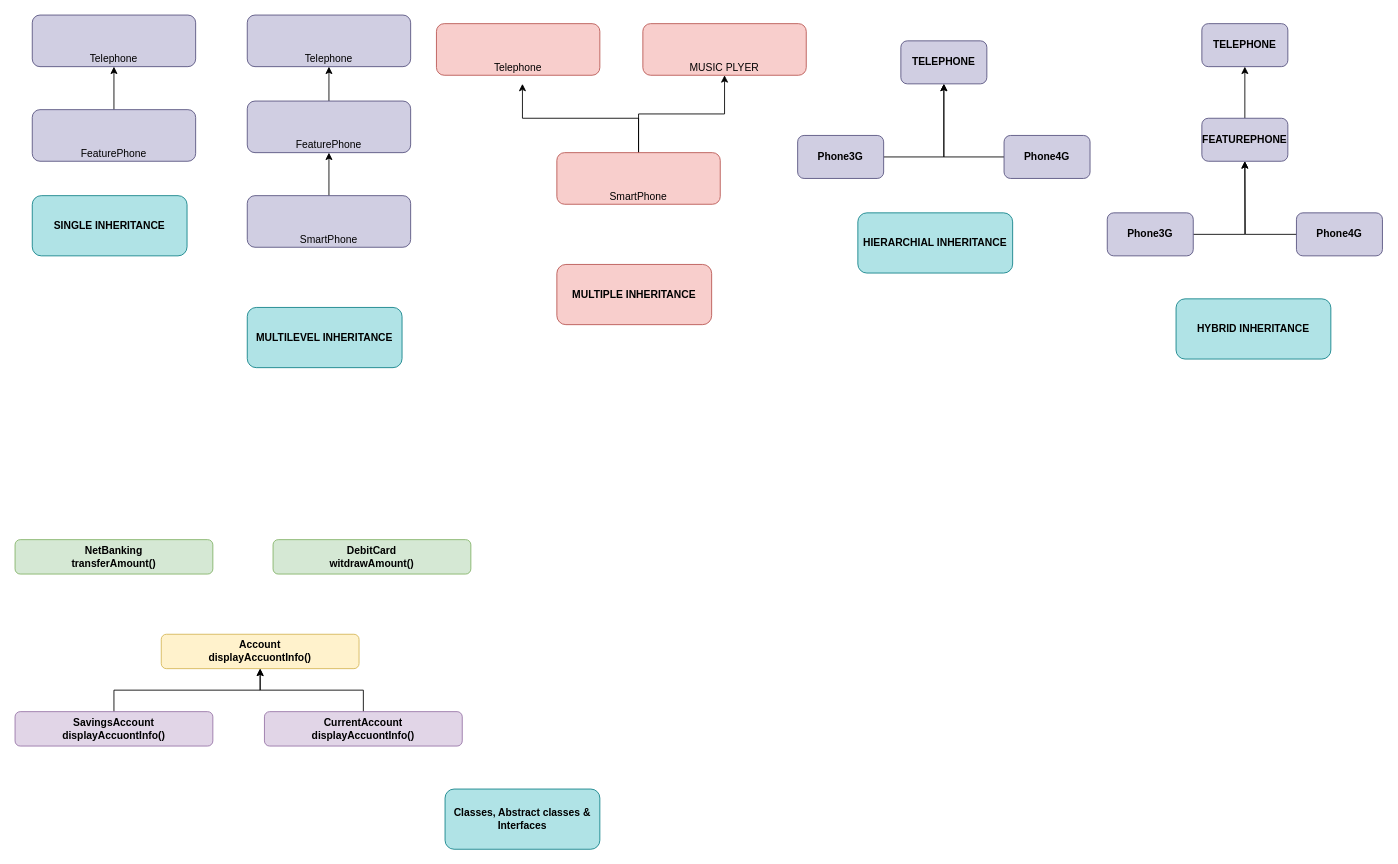
The draw.io diagram page "INHERITANCE" (4 of 7) of JAVA/java bot.drawio in GH1BHARATH/liveJFSGIT, before the edit. Source tidied: cells renumbered, new cells numbered last; positions are measured from the earlier drawing's top-left corner, leaving out a move shared by most shapes. Both pictures are drawn from the tidied source at 86%, with x=0, y=0 at pixel (15, 15).
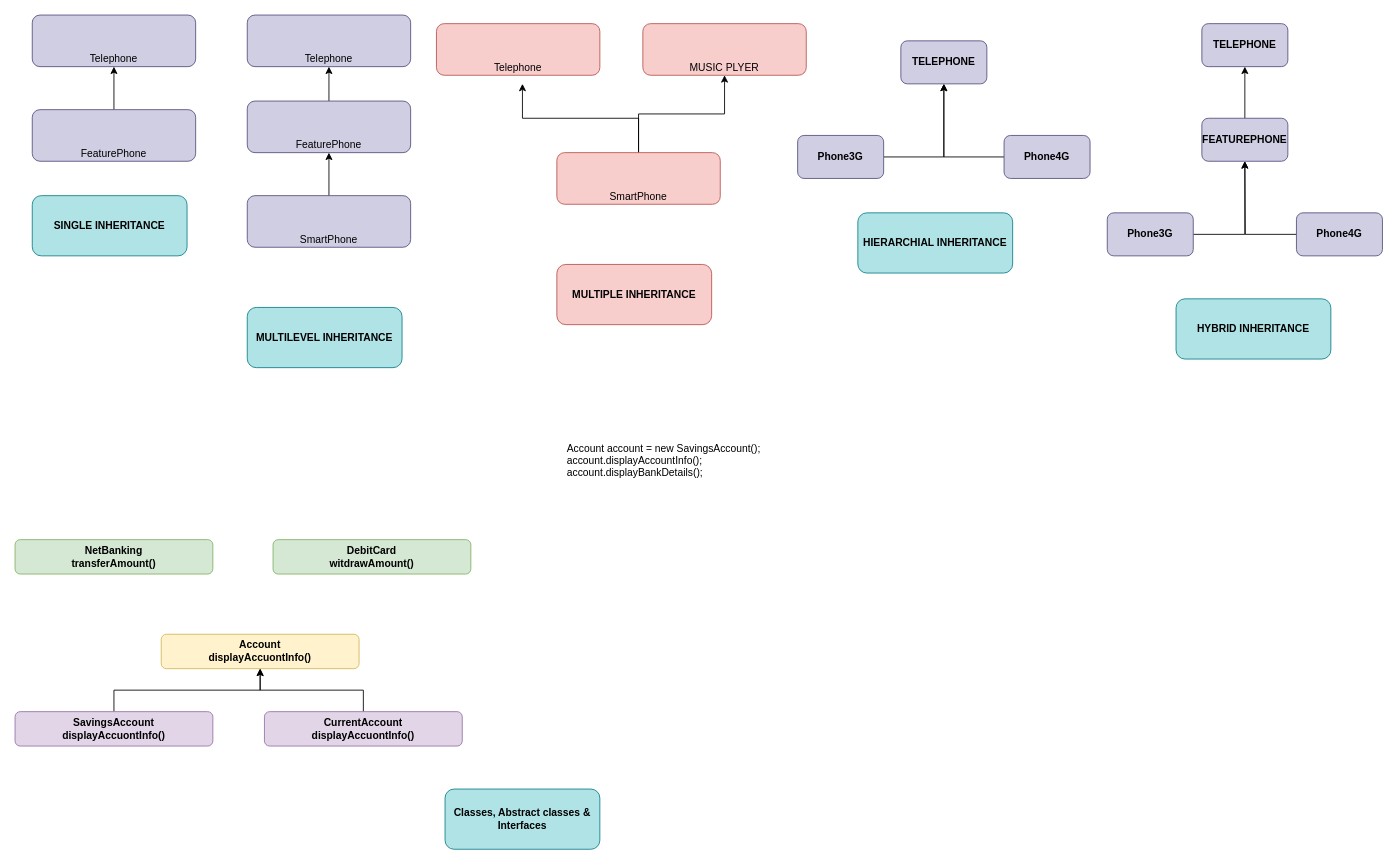
Above is the later version.

What changed in the source:
```diff
@@
+    <mxCell id="40" value="Account account = new SavingsAccount();&#10;&#9;&#9;account.displayAccountInfo();&#10;&#9;&#9;account.displayBankDetails();" style="text;whiteSpace=wrap;html=1;" parent="1" vertex="1">
+      <mxGeometry x="640" y="490" width="250" height="60" as="geometry" />
+    </mxCell>
```
